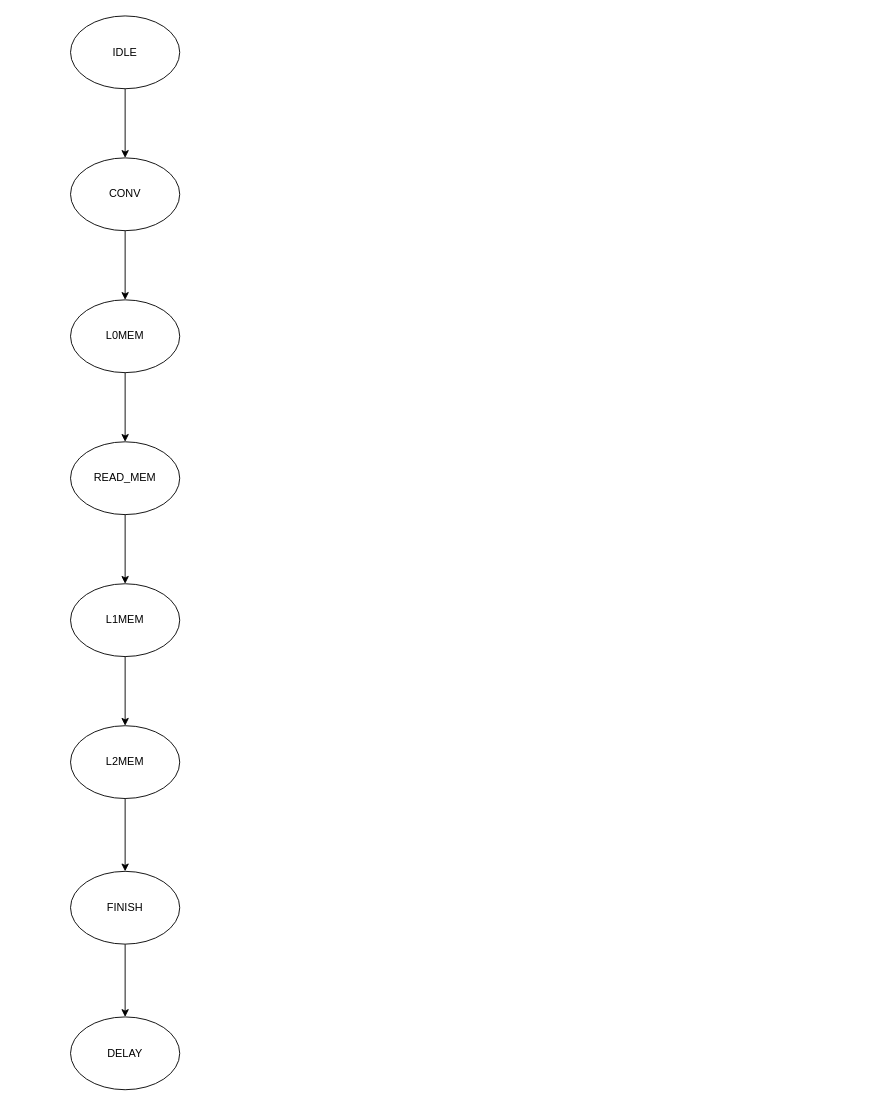
The draw.io diagram 2019.drawio in jihuien/ML100Days, before the edit. Source tidied: cells renumbered, new cells numbered last; positions are measured from the earlier drawing's top-left corner, leaving out a move shared by most shapes. Both pictures are drawn from the tidied source at 91%, with x=0, y=0 at pixel (70, 15).
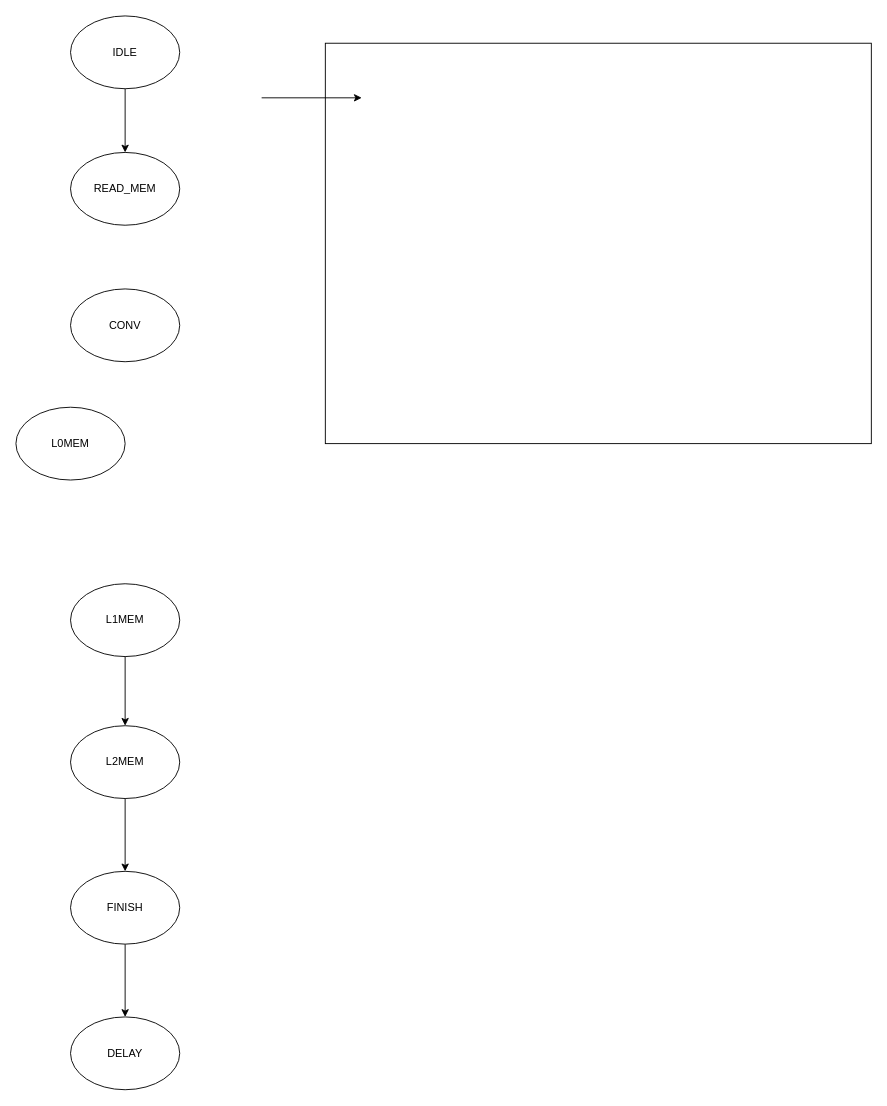
After the change.

Diff of the diagram source:
```diff
@@
 <mxGraphModel>
   <root>
     <mxCell id="0" />
     <mxCell id="1" parent="0" />
-    <mxCell id="2" style="edgeStyle=orthogonalEdgeStyle;rounded=0;jettySize=auto;html=1;" parent="1" edge="1" source="3" target="5">
+    <mxCell id="2" style="edgeStyle=orthogonalEdgeStyle;rounded=0;jettySize=auto;html=1;entryX=0.5;entryY=0;entryDx=0;entryDy=0;" parent="1" edge="1" source="3" target="9">
       <mxGeometry relative="1" as="geometry" />
     </mxCell>
     <mxCell id="3" value="IDLE" style="ellipse;whiteSpace=wrap;html=1;" parent="1" vertex="1">
       <mxGeometry width="120" height="80" as="geometry" />
     </mxCell>
-    <mxCell id="4" style="edgeStyle=orthogonalEdgeStyle;rounded=0;jettySize=auto;html=1;" parent="1" edge="1" source="5" target="7">
-      <mxGeometry relative="1" as="geometry" />
-    </mxCell>
     <mxCell id="5" value="CONV" style="ellipse;whiteSpace=wrap;html=1;" parent="1" vertex="1">
-      <mxGeometry y="156" width="120" height="80" as="geometry" />
+      <mxGeometry y="300" width="120" height="80" as="geometry" />
     </mxCell>
-    <mxCell id="6" style="edgeStyle=orthogonalEdgeStyle;rounded=0;jettySize=auto;html=1;" parent="1" edge="1" source="7" target="9">
-      <mxGeometry relative="1" as="geometry" />
-    </mxCell>
     <mxCell id="7" value="L0MEM" style="ellipse;whiteSpace=wrap;html=1;" parent="1" vertex="1">
-      <mxGeometry y="312" width="120" height="80" as="geometry" />
+      <mxGeometry x="-60" y="430" width="120" height="80" as="geometry" />
     </mxCell>
-    <mxCell id="8" style="edgeStyle=orthogonalEdgeStyle;rounded=0;jettySize=auto;html=1;" parent="1" edge="1" source="9" target="11">
-      <mxGeometry relative="1" as="geometry" />
-    </mxCell>
     <mxCell id="9" value="READ_MEM" style="ellipse;whiteSpace=wrap;html=1;" parent="1" vertex="1">
-      <mxGeometry y="468" width="120" height="80" as="geometry" />
+      <mxGeometry y="150" width="120" height="80" as="geometry" />
     </mxCell>
     <mxCell id="10" style="edgeStyle=orthogonalEdgeStyle;rounded=0;jettySize=auto;html=1;" parent="1" edge="1" source="11" target="13">
       <mxGeometry relative="1" as="geometry" />
     </mxCell>
     <mxCell id="11" value="L1MEM" style="ellipse;whiteSpace=wrap;html=1;" parent="1" vertex="1">
       <mxGeometry y="624" width="120" height="80" as="geometry" />
     </mxCell>
     <mxCell id="12" style="edgeStyle=orthogonalEdgeStyle;rounded=0;jettySize=auto;html=1;" parent="1" edge="1" source="13" target="15">
       <mxGeometry relative="1" as="geometry" />
     </mxCell>
     <mxCell id="13" value="L2MEM" style="ellipse;whiteSpace=wrap;html=1;" parent="1" vertex="1">
       <mxGeometry y="780" width="120" height="80" as="geometry" />
     </mxCell>
     <mxCell id="14" style="edgeStyle=orthogonalEdgeStyle;rounded=0;jettySize=auto;html=1;" parent="1" edge="1" source="15" target="16">
       <mxGeometry relative="1" as="geometry" />
     </mxCell>
     <mxCell id="15" value="FINISH" style="ellipse;whiteSpace=wrap;html=1;" parent="1" vertex="1">
       <mxGeometry y="940" width="120" height="80" as="geometry" />
     </mxCell>
     <mxCell id="16" value="DELAY" style="ellipse;whiteSpace=wrap;html=1;" parent="1" vertex="1">
       <mxGeometry y="1100" width="120" height="80" as="geometry" />
     </mxCell>
+    <mxCell id="17" style="rounded=0;whiteSpace=wrap;html=1;" parent="1" vertex="1">
+      <mxGeometry x="280" y="30" width="600" height="440" as="geometry" />
+    </mxCell>
+    <mxCell id="18" style="endArrow=classic;html=1;rounded=0;" parent="1" edge="1">
+      <mxGeometry relative="1" as="geometry">
+        <mxPoint x="210" y="90" as="sourcePoint" />
+        <mxPoint x="320" y="90" as="targetPoint" />
+      </mxGeometry>
+    </mxCell>
   </root>
 </mxGraphModel>
```
